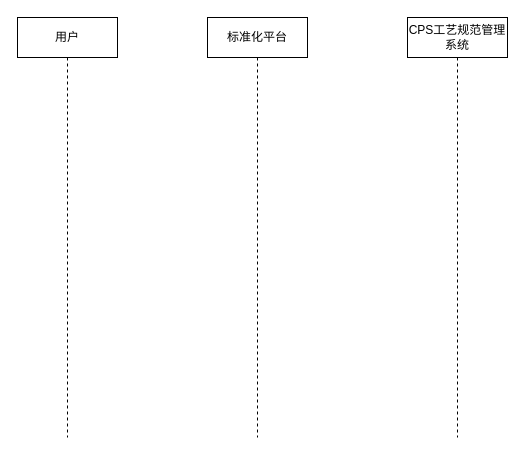
DemonHan/KuickBuy keeps this draw.io diagram as 设计相关/标准化&工艺管理方案.drawio. Above is the earlier version. Source tidied: cells renumbered, new cells numbered last; positions are measured from the earlier drawing's top-left corner, leaving out a move shared by most shapes. Both pictures are drawn from the tidied source at 100%, with x=0, y=0 at pixel (17, 17).
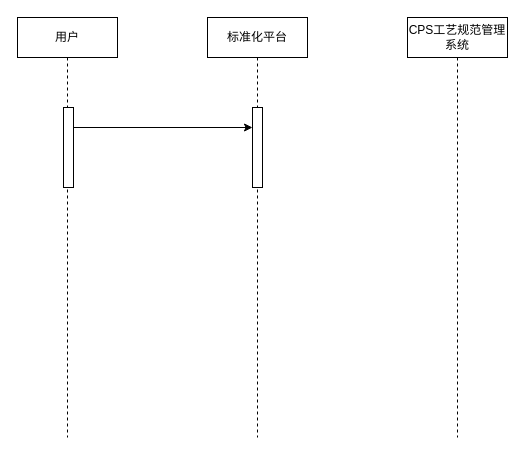
Above is the later version.

Commit message (it also covers changes not shown here):
更新标准化&工艺管理方案.drawio

Change to the diagram source:
```diff
@@
 <mxGraphModel>
   <root>
     <mxCell id="0" />
     <mxCell id="1" parent="0" />
     <mxCell id="2" value="用户" style="shape=umlLifeline;perimeter=lifelinePerimeter;whiteSpace=wrap;html=1;newEdgeStyle={&quot;curved&quot;:0,&quot;rounded&quot;:0};" parent="1" vertex="1">
       <mxGeometry width="100" height="420" as="geometry" />
     </mxCell>
+    <mxCell id="5" style="html=1;perimeter=orthogonalPerimeter;targetShapes=umlLifeline;newEdgeStyle={&quot;curved&quot;:0,&quot;rounded&quot;:0};" parent="2" vertex="1">
+      <mxGeometry x="46" y="90" width="10" height="80" as="geometry" />
+    </mxCell>
     <mxCell id="3" value="标准化平台" style="shape=umlLifeline;perimeter=lifelinePerimeter;whiteSpace=wrap;html=1;newEdgeStyle={&quot;curved&quot;:0,&quot;rounded&quot;:0};" parent="1" vertex="1">
       <mxGeometry x="190" width="100" height="420" as="geometry" />
     </mxCell>
+    <mxCell id="6" style="html=1;perimeter=orthogonalPerimeter;targetShapes=umlLifeline;newEdgeStyle={&quot;curved&quot;:0,&quot;rounded&quot;:0};" parent="3" vertex="1">
+      <mxGeometry x="45" y="90" width="10" height="80" as="geometry" />
+    </mxCell>
     <mxCell id="4" value="CPS工艺规范管理系统" style="shape=umlLifeline;perimeter=lifelinePerimeter;whiteSpace=wrap;html=1;newEdgeStyle={&quot;curved&quot;:0,&quot;rounded&quot;:0};" parent="1" vertex="1">
       <mxGeometry x="390" width="100" height="420" as="geometry" />
     </mxCell>
+    <mxCell id="7" style="edgeStyle=orthogonalEdgeStyle;rounded=0;orthogonalLoop=1;jettySize=auto;html=1;curved=0;" parent="1" edge="1">
+      <mxGeometry relative="1" as="geometry">
+        <mxPoint x="56" y="110" as="sourcePoint" />
+        <mxPoint x="235" y="110" as="targetPoint" />
+      </mxGeometry>
+    </mxCell>
   </root>
 </mxGraphModel>
```
